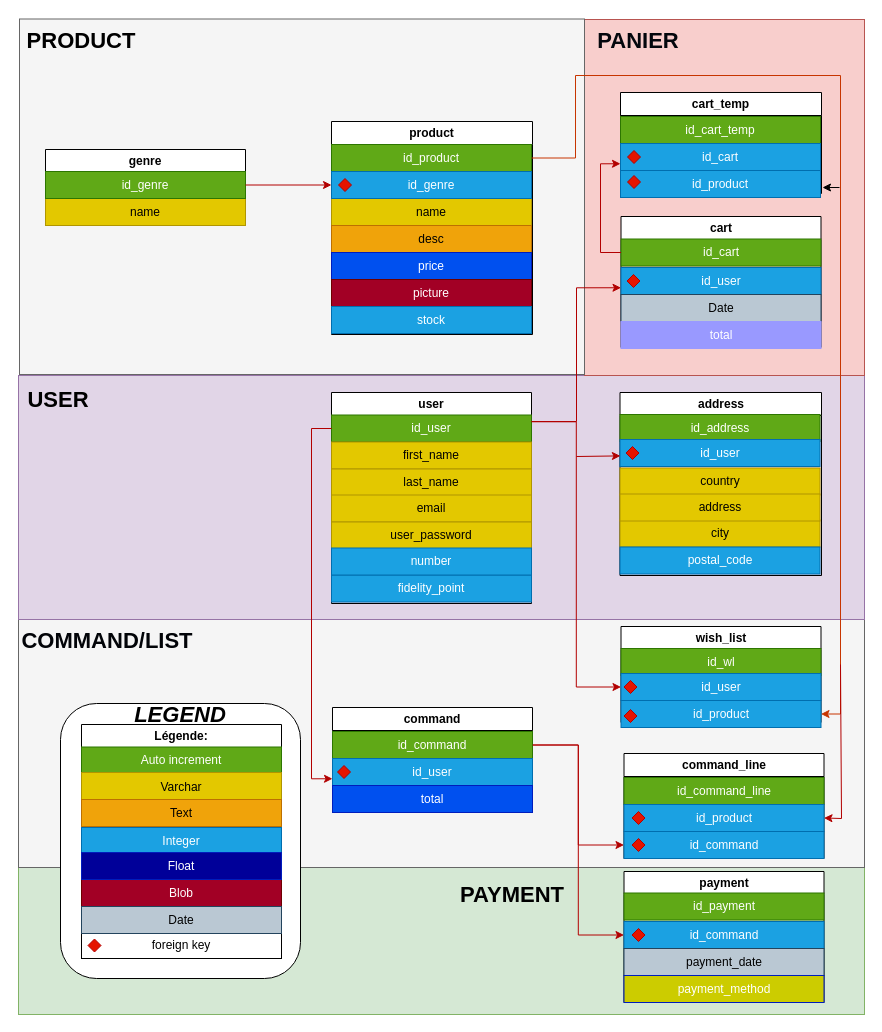
Earlier version of the draw.io diagram db/Luc_Nagib_Script'io_MCD.drawio (Naywvi/ScriptIO_ecommerce_of_script). Source tidied: cells renumbered, new cells numbered last; positions are measured from the earlier drawing's top-left corner, leaving out a move shared by most shapes. Both pictures are drawn from the tidied source at 100%, with x=0, y=0 at pixel (18, 19).
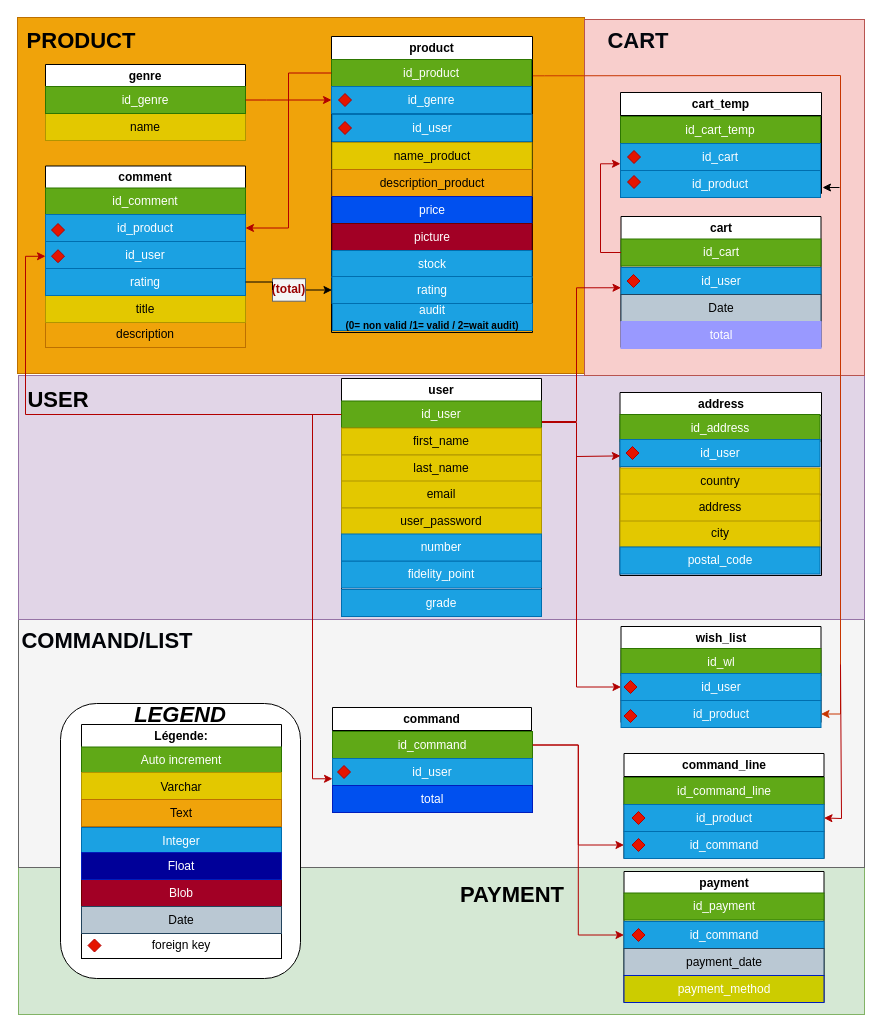
The same page after the edit.

Unchanged cells that the change refers to:
```xml
<mxCell id="14" value="id_product" style="whiteSpace=wrap;html=1;fillColor=#60a917;strokeColor=#2D7600;fontColor=#ffffff;" parent="13" vertex="1">
  <mxGeometry y="23" width="200" height="27" as="geometry" />
</mxCell>
<mxCell id="16" value="id_genre" style="whiteSpace=wrap;html=1;fillColor=#1ba1e2;fontColor=#ffffff;strokeColor=#006EAF;" parent="13" vertex="1">
  <mxGeometry y="50" width="200" height="27" as="geometry" />
</mxCell>
<mxCell id="24" value="id_genre" style="whiteSpace=wrap;html=1;fillColor=#60a917;strokeColor=#2D7600;fontColor=#ffffff;" parent="22" vertex="1">
  <mxGeometry y="22" width="200" height="27" as="geometry" />
</mxCell>
<mxCell id="31" value="cart_temp" style="swimlane;whiteSpace=wrap;html=1;" parent="1" vertex="1">
  <mxGeometry x="602" y="73" width="201" height="101" as="geometry" />
</mxCell>
<mxCell id="55" value="id_user" style="whiteSpace=wrap;html=1;fillColor=#1ba1e2;fontColor=#ffffff;strokeColor=#006EAF;" parent="53" vertex="1">
  <mxGeometry y="47" width="200" height="27" as="geometry" />
</mxCell>
<mxCell id="56" value="id_product" style="whiteSpace=wrap;html=1;fillColor=#1ba1e2;fontColor=#ffffff;strokeColor=#006EAF;" parent="53" vertex="1">
  <mxGeometry y="74" width="200" height="27" as="geometry" />
</mxCell>
```

What changed in the source:
```diff
@@
+    <mxCell id="100" style="rounded=0;whiteSpace=wrap;html=1;fillColor=#f0a30a;strokeColor=#BD7000;fontColor=#000000;" parent="1" vertex="1">
+      <mxGeometry x="-1" y="-2" width="567" height="356" as="geometry" />
+    </mxCell>
@@
-    <mxCell id="6" style="rounded=0;whiteSpace=wrap;html=1;fillColor=#f5f5f5;strokeColor=#666666;fontColor=#333333;" parent="1" vertex="1">
-      <mxGeometry x="1" y="-0.5" width="565" height="355.5" as="geometry" />
-    </mxCell>
@@
     <mxCell id="13" value="product" style="swimlane;whiteSpace=wrap;html=1;" parent="1" vertex="1">
-      <mxGeometry x="313" y="102" width="201" height="213" as="geometry" />
+      <mxGeometry x="313" y="17" width="201" height="296" as="geometry" />
     </mxCell>
@@
-    <mxCell id="15" value="name" style="whiteSpace=wrap;html=1;fillColor=#e3c800;fontColor=#000000;strokeColor=#B09500;" parent="13" vertex="1">
-      <mxGeometry y="77" width="200" height="27" as="geometry" />
+    <mxCell id="15" value="name_product" style="whiteSpace=wrap;html=1;fillColor=#e3c800;fontColor=#000000;strokeColor=#B09500;" parent="13" vertex="1">
+      <mxGeometry x="0.5" y="106" width="200" height="27" as="geometry" />
     </mxCell>
@@
-    <mxCell id="17" value="desc" style="whiteSpace=wrap;html=1;fillColor=#f0a30a;fontColor=#000000;strokeColor=#BD7000;" parent="13" vertex="1">
-      <mxGeometry y="104" width="200" height="27" as="geometry" />
+    <mxCell id="17" value="description_product" style="whiteSpace=wrap;html=1;fillColor=#f0a30a;fontColor=#000000;strokeColor=#BD7000;" parent="13" vertex="1">
+      <mxGeometry x="0.5" y="133" width="200" height="27" as="geometry" />
     </mxCell>
     <mxCell id="18" value="price" style="whiteSpace=wrap;html=1;fillColor=#0050ef;fontColor=#ffffff;strokeColor=#001DBC;" parent="13" vertex="1">
-      <mxGeometry y="131" width="200" height="27" as="geometry" />
+      <mxGeometry x="0.5" y="160" width="200" height="27" as="geometry" />
     </mxCell>
     <mxCell id="19" value="picture" style="whiteSpace=wrap;html=1;fillColor=#a20025;fontColor=#ffffff;strokeColor=#6F0000;" parent="13" vertex="1">
-      <mxGeometry y="158" width="200" height="27" as="geometry" />
+      <mxGeometry x="0.5" y="187" width="200" height="27" as="geometry" />
     </mxCell>
     <mxCell id="20" value="stock" style="whiteSpace=wrap;html=1;fillColor=#1ba1e2;strokeColor=#006EAF;fontColor=#ffffff;" parent="13" vertex="1">
-      <mxGeometry y="185" width="200" height="27" as="geometry" />
+      <mxGeometry x="0.5" y="214" width="200" height="27" as="geometry" />
     </mxCell>
@@
     <mxCell id="22" value="genre" style="swimlane;whiteSpace=wrap;html=1;" parent="1" vertex="1">
-      <mxGeometry x="27" y="130" width="200" height="74" as="geometry" />
+      <mxGeometry x="27" y="45" width="200" height="74" as="geometry" />
     </mxCell>
@@
-    <mxCell id="37" value="user" style="swimlane;whiteSpace=wrap;html=1;" parent="31" vertex="1">
-      <mxGeometry x="-289" y="300" width="200" height="211" as="geometry" />
-    </mxCell>
-    <mxCell id="38" value="id_user" style="whiteSpace=wrap;html=1;fillColor=#60a917;strokeColor=#2D7600;fontColor=#ffffff;" parent="37" vertex="1">
-      <mxGeometry y="22.5" width="200" height="27" as="geometry" />
-    </mxCell>
-    <mxCell id="39" value="first_name" style="whiteSpace=wrap;html=1;fillColor=#e3c800;fontColor=#000000;strokeColor=#B09500;" parent="37" vertex="1">
-      <mxGeometry y="49.5" width="200" height="27" as="geometry" />
-    </mxCell>
-    <mxCell id="40" value="last_name" style="whiteSpace=wrap;html=1;fillColor=#e3c800;fontColor=#000000;strokeColor=#B09500;" parent="37" vertex="1">
-      <mxGeometry y="76.5" width="200" height="27" as="geometry" />
-    </mxCell>
-    <mxCell id="41" value="email" style="whiteSpace=wrap;html=1;fillColor=#e3c800;fontColor=#000000;strokeColor=#B09500;" parent="37" vertex="1">
-      <mxGeometry y="102.5" width="200" height="27" as="geometry" />
-    </mxCell>
-    <mxCell id="42" value="user_password" style="whiteSpace=wrap;html=1;fillColor=#e3c800;fontColor=#000000;strokeColor=#B09500;" parent="37" vertex="1">
-      <mxGeometry y="129.5" width="200" height="27" as="geometry" />
-    </mxCell>
-    <mxCell id="43" value="fidelity_point" style="whiteSpace=wrap;html=1;fillColor=#1ba1e2;strokeColor=#006EAF;fontColor=#ffffff;" parent="37" vertex="1">
-      <mxGeometry y="182.5" width="200" height="27" as="geometry" />
-    </mxCell>
-    <mxCell id="44" value="number" style="whiteSpace=wrap;html=1;fillColor=#1ba1e2;strokeColor=#006EAF;fontColor=#ffffff;" parent="37" vertex="1">
-      <mxGeometry y="155.5" width="200" height="27" as="geometry" />
-    </mxCell>
@@
     <mxCell id="67" style="edgeStyle=orthogonalEdgeStyle;rounded=0;jettySize=auto;html=1;exitX=1;exitY=0.25;exitDx=0;exitDy=0;entryX=0;entryY=0.5;entryDx=0;entryDy=0;strokeColor=#B20000;fillColor=#e51400;" parent="1" edge="1" source="38" target="55">
-      <mxGeometry relative="1" as="geometry" />
+      <mxGeometry relative="1" as="geometry">
+        <Array as="points">
+          <mxPoint x="523" y="403" />
+          <mxPoint x="558" y="403" />
+          <mxPoint x="558" y="668" />
+        </Array>
+      </mxGeometry>
     </mxCell>
@@
     <mxCell id="70" style="edgeStyle=orthogonalEdgeStyle;rounded=0;jettySize=auto;html=1;entryX=0;entryY=0.5;entryDx=0;entryDy=0;strokeColor=#B20000;fillColor=#e51400;" parent="1" edge="1" source="24" target="16">
-      <mxGeometry relative="1" as="geometry" />
+      <mxGeometry relative="1" as="geometry">
+        <Array as="points">
+          <mxPoint x="248" y="81" />
+        </Array>
+      </mxGeometry>
     </mxCell>
@@
-    <mxCell id="73" style="edgeStyle=orthogonalEdgeStyle;rounded=0;jettySize=auto;html=1;entryX=1;entryY=0.5;entryDx=0;entryDy=0;strokeColor=#C73500;fillColor=#fa6800;" parent="1" edge="1" source="14" target="56">
+    <mxCell id="73" style="edgeStyle=orthogonalEdgeStyle;rounded=0;jettySize=auto;html=1;entryX=1;entryY=0.5;entryDx=0;entryDy=0;strokeColor=#C73500;fillColor=#fa6800;exitX=1.007;exitY=0.605;exitDx=0;exitDy=0;exitPerimeter=0;" parent="1" edge="1" source="14" target="56">
       <mxGeometry relative="1" as="geometry">
         <Array as="points">
-          <mxPoint x="557" y="139" />
+          <mxPoint x="526" y="56" />
           <mxPoint x="557" y="56" />
           <mxPoint x="822" y="56" />
           <mxPoint x="822" y="695" />
         </Array>
       </mxGeometry>
     </mxCell>
@@
     <mxCell id="76" value="command" style="swimlane;whiteSpace=wrap;html=1;" parent="1" vertex="1">
-      <mxGeometry x="314" y="688" width="200" height="103" as="geometry" />
+      <mxGeometry x="314" y="688" width="199" height="103" as="geometry" />
     </mxCell>
@@
-    <mxCell id="94" value="&lt;font style=&quot;font-size: 22px; --darkreader-inline-color: #e3e0dc;&quot; color=&quot;#04070D&quot;&gt;&lt;b&gt;PANIER&lt;/b&gt;&lt;/font&gt;" style="text;html=1;strokeColor=none;fillColor=none;align=center;verticalAlign=middle;whiteSpace=wrap;rounded=0;" parent="1" vertex="1">
+    <mxCell id="94" value="&lt;font style=&quot;font-size: 22px; --darkreader-inline-color: #e3e0dc;&quot; color=&quot;#04070D&quot;&gt;&lt;b&gt;CART&lt;/b&gt;&lt;/font&gt;" style="text;html=1;strokeColor=none;fillColor=none;align=center;verticalAlign=middle;whiteSpace=wrap;rounded=0;" parent="1" vertex="1">
       <mxGeometry x="590" y="7" width="60" height="30" as="geometry" />
     </mxCell>
@@
+    <mxCell id="37" value="user" style="swimlane;whiteSpace=wrap;html=1;" parent="1" vertex="1">
+      <mxGeometry x="323" y="359" width="200" height="238" as="geometry" />
+    </mxCell>
+    <mxCell id="38" value="id_user" style="whiteSpace=wrap;html=1;fillColor=#60a917;strokeColor=#2D7600;fontColor=#ffffff;" parent="37" vertex="1">
+      <mxGeometry y="22.5" width="200" height="27" as="geometry" />
+    </mxCell>
+    <mxCell id="39" value="first_name" style="whiteSpace=wrap;html=1;fillColor=#e3c800;fontColor=#000000;strokeColor=#B09500;" parent="37" vertex="1">
+      <mxGeometry y="49.5" width="200" height="27" as="geometry" />
+    </mxCell>
+    <mxCell id="40" value="last_name" style="whiteSpace=wrap;html=1;fillColor=#e3c800;fontColor=#000000;strokeColor=#B09500;" parent="37" vertex="1">
+      <mxGeometry y="76.5" width="200" height="27" as="geometry" />
+    </mxCell>
+    <mxCell id="41" value="email" style="whiteSpace=wrap;html=1;fillColor=#e3c800;fontColor=#000000;strokeColor=#B09500;" parent="37" vertex="1">
+      <mxGeometry y="102.5" width="200" height="27" as="geometry" />
+    </mxCell>
+    <mxCell id="42" value="user_password" style="whiteSpace=wrap;html=1;fillColor=#e3c800;fontColor=#000000;strokeColor=#B09500;" parent="37" vertex="1">
+      <mxGeometry y="129.5" width="200" height="27" as="geometry" />
+    </mxCell>
+    <mxCell id="43" value="fidelity_point" style="whiteSpace=wrap;html=1;fillColor=#1ba1e2;strokeColor=#006EAF;fontColor=#ffffff;" parent="37" vertex="1">
+      <mxGeometry y="182.5" width="200" height="27" as="geometry" />
+    </mxCell>
+    <mxCell id="44" value="number" style="whiteSpace=wrap;html=1;fillColor=#1ba1e2;strokeColor=#006EAF;fontColor=#ffffff;" parent="37" vertex="1">
+      <mxGeometry y="155.5" width="200" height="27" as="geometry" />
+    </mxCell>
+    <mxCell id="101" value="grade" style="whiteSpace=wrap;html=1;fillColor=#1ba1e2;strokeColor=#006EAF;fontColor=#ffffff;" parent="37" vertex="1">
+      <mxGeometry y="211" width="200" height="27" as="geometry" />
+    </mxCell>
+    <mxCell id="102" value="comment" style="swimlane;whiteSpace=wrap;html=1;" parent="1" vertex="1">
+      <mxGeometry x="27" y="146.5" width="200" height="180.5" as="geometry" />
+    </mxCell>
+    <mxCell id="103" value="id_comment" style="whiteSpace=wrap;html=1;fillColor=#60a917;strokeColor=#2D7600;fontColor=#ffffff;" parent="102" vertex="1">
+      <mxGeometry y="22" width="200" height="27" as="geometry" />
+    </mxCell>
+    <mxCell id="104" value="id_user" style="whiteSpace=wrap;html=1;fillColor=#1ba1e2;fontColor=#ffffff;strokeColor=#006EAF;" parent="1" vertex="1">
+      <mxGeometry x="27" y="222" width="200" height="27" as="geometry" />
+    </mxCell>
+    <mxCell id="105" value="id_product" style="whiteSpace=wrap;html=1;fillColor=#1ba1e2;fontColor=#ffffff;strokeColor=#006EAF;" parent="1" vertex="1">
+      <mxGeometry x="27" y="195" width="200" height="27" as="geometry" />
+    </mxCell>
+    <mxCell id="106" value="description" style="whiteSpace=wrap;html=1;fillColor=#f0a30a;fontColor=#000000;strokeColor=#BD7000;" parent="1" vertex="1">
+      <mxGeometry x="27" y="301" width="200" height="27" as="geometry" />
+    </mxCell>
+    <mxCell id="107" value="title" style="whiteSpace=wrap;html=1;fillColor=#e3c800;fontColor=#000000;strokeColor=#B09500;" parent="1" vertex="1">
+      <mxGeometry x="27" y="276" width="200" height="27" as="geometry" />
+    </mxCell>
+    <mxCell id="108" style="edgeStyle=orthogonalEdgeStyle;rounded=0;jettySize=auto;html=1;entryX=0;entryY=0.5;entryDx=0;entryDy=0;fontSize=10;fontColor=#000000;startArrow=none;" parent="1" edge="1" source="6" target="110">
+      <mxGeometry relative="1" as="geometry" />
+    </mxCell>
+    <mxCell id="109" value="rating" style="whiteSpace=wrap;html=1;fillColor=#1ba1e2;fontColor=#ffffff;strokeColor=#006EAF;" parent="1" vertex="1">
+      <mxGeometry x="27" y="249" width="200" height="27" as="geometry" />
+    </mxCell>
+    <mxCell id="110" value="rating" style="whiteSpace=wrap;html=1;fillColor=#1ba1e2;fontColor=#ffffff;strokeColor=#006EAF;" parent="1" vertex="1">
+      <mxGeometry x="313.5" y="257" width="200" height="27" as="geometry" />
+    </mxCell>
+    <mxCell id="111" value="&lt;font style=&quot;--darkreader-inline-color: #988f81;&quot; color=&quot;#FFFFFF&quot;&gt;&lt;font style=&quot;--darkreader-inline-color: #a69f93;&quot;&gt;audit &lt;/font&gt;&lt;br&gt;&lt;font style=&quot;&quot; size=&quot;1&quot; color=&quot;#000000&quot;&gt;&lt;b&gt;&lt;span style=&quot;&quot;&gt;(0= non valid /1= valid / 2=wait audit)&lt;/span&gt;&lt;/b&gt;&lt;/font&gt;&lt;/font&gt;" style="whiteSpace=wrap;html=1;fillColor=#1ba1e2;fontColor=#ffffff;strokeColor=#006EAF;" parent="1" vertex="1">
+      <mxGeometry x="314" y="284" width="200" height="27" as="geometry" />
+    </mxCell>
+    <mxCell id="112" value="id_user" style="whiteSpace=wrap;html=1;fillColor=#1ba1e2;fontColor=#ffffff;strokeColor=#006EAF;" parent="1" vertex="1">
+      <mxGeometry x="313.5" y="95" width="200" height="27" as="geometry" />
+    </mxCell>
+    <mxCell id="6" value="&lt;font style=&quot;--darkreader-inline-color: #ff6161;&quot; color=&quot;#990000&quot;&gt;&lt;b&gt;(total)&lt;/b&gt;&lt;/font&gt;" style="rounded=0;whiteSpace=wrap;html=1;fillColor=#f5f5f5;strokeColor=#666666;fontColor=#333333;" parent="1" vertex="1">
+      <mxGeometry x="254" y="259.2" width="33" height="22.5" as="geometry" />
+    </mxCell>
+    <mxCell id="113" style="edgeStyle=orthogonalEdgeStyle;rounded=0;jettySize=auto;html=1;entryX=0;entryY=0.5;entryDx=0;entryDy=0;fontSize=10;fontColor=#000000;endArrow=none;" parent="1" edge="1" source="109" target="6">
+      <mxGeometry relative="1" as="geometry">
+        <Array as="points">
+          <mxPoint x="254" y="263" />
+        </Array>
+      </mxGeometry>
+    </mxCell>
+    <mxCell id="114" style="rhombus;whiteSpace=wrap;html=1;fillColor=#e51400;fontColor=#ffffff;strokeColor=#B20000;" parent="1" vertex="1">
+      <mxGeometry x="320" y="102" width="13" height="13" as="geometry" />
+    </mxCell>
+    <mxCell id="115" style="rhombus;whiteSpace=wrap;html=1;fillColor=#e51400;fontColor=#ffffff;strokeColor=#B20000;" parent="1" vertex="1">
+      <mxGeometry x="33" y="230.2" width="13" height="13" as="geometry" />
+    </mxCell>
+    <mxCell id="116" style="rhombus;whiteSpace=wrap;html=1;fillColor=#e51400;fontColor=#ffffff;strokeColor=#B20000;" parent="1" vertex="1">
+      <mxGeometry x="33" y="204" width="13" height="13" as="geometry" />
+    </mxCell>
+    <mxCell id="117" style="edgeStyle=orthogonalEdgeStyle;rounded=0;jettySize=auto;html=1;entryX=0;entryY=0.5;entryDx=0;entryDy=0;fontSize=10;fontColor=#990000;fillColor=#e51400;strokeColor=#B20000;" parent="1" edge="1" source="38" target="102">
+      <mxGeometry relative="1" as="geometry" />
+    </mxCell>
+    <mxCell id="118" style="edgeStyle=orthogonalEdgeStyle;rounded=0;jettySize=auto;html=1;entryX=1;entryY=0.5;entryDx=0;entryDy=0;fontSize=10;fontColor=#990000;fillColor=#e51400;strokeColor=#B20000;" parent="1" edge="1" source="14" target="105">
+      <mxGeometry relative="1" as="geometry" />
+    </mxCell>
```
